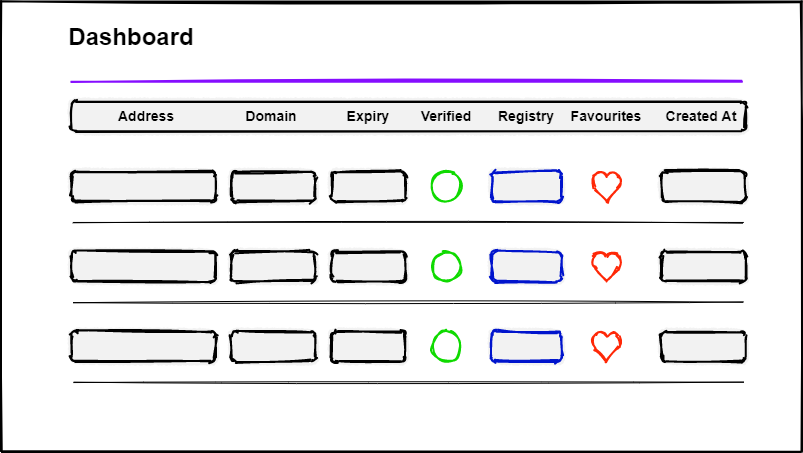
Above: src/landingPage/assets/images/dashboard.png in TeSC-app/TeSC-Frontend-New (draw.io), before the change. Source tidied: cells renumbered, new cells last; positions are measured from the earlier drawing's top-left corner, leaving out a move shared by most shapes.
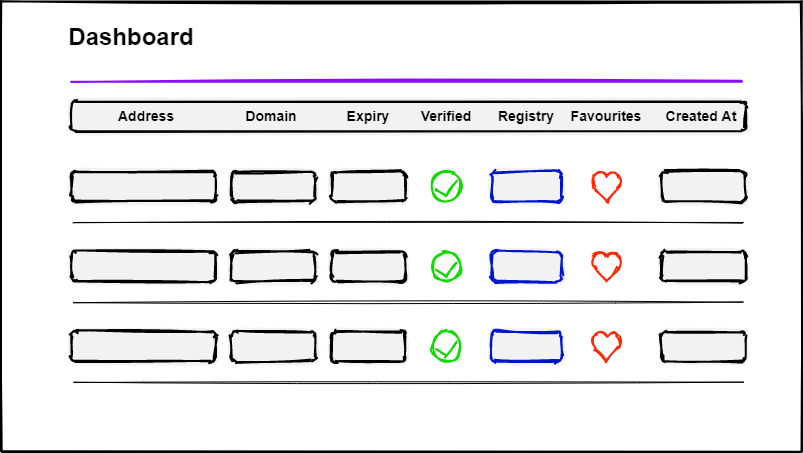
Later version of the same file.

Commit message:
Landing page images changes

Diff of the diagram source:
```diff
@@ -140,5 +140,41 @@
     <mxCell id="39" style="rounded=1;whiteSpace=wrap;html=1;strokeWidth=2;fillWeight=4;hachureGap=0;hachureAngle=45;fillColor=#F2F2F2;sketch=1;rotation=-180;strokeColor=#0014CD;" parent="1" vertex="1">
       <mxGeometry x="490" y="330" width="70" height="30" as="geometry" />
     </mxCell>
+    <mxCell id="40" style="endArrow=none;html=1;sketch=1;strokeWidth=2;strokeColor=#0FDA00;" parent="1" edge="1">
+      <mxGeometry relative="1" as="geometry">
+        <mxPoint x="444" y="194" as="sourcePoint" />
+        <mxPoint x="434" y="188" as="targetPoint" />
+      </mxGeometry>
+    </mxCell>
+    <mxCell id="41" style="endArrow=none;html=1;sketch=1;strokeWidth=2;strokeColor=#0FDA00;" parent="1" edge="1">
+      <mxGeometry relative="1" as="geometry">
+        <mxPoint x="454" y="181" as="sourcePoint" />
+        <mxPoint x="444" y="195" as="targetPoint" />
+      </mxGeometry>
+    </mxCell>
+    <mxCell id="42" style="endArrow=none;html=1;sketch=1;strokeWidth=2;strokeColor=#0FDA00;" parent="1" edge="1">
+      <mxGeometry relative="1" as="geometry">
+        <mxPoint x="444" y="274" as="sourcePoint" />
+        <mxPoint x="434" y="268" as="targetPoint" />
+      </mxGeometry>
+    </mxCell>
+    <mxCell id="43" style="endArrow=none;html=1;sketch=1;strokeWidth=2;strokeColor=#0FDA00;" parent="1" edge="1">
+      <mxGeometry relative="1" as="geometry">
+        <mxPoint x="454" y="261" as="sourcePoint" />
+        <mxPoint x="444" y="275" as="targetPoint" />
+      </mxGeometry>
+    </mxCell>
+    <mxCell id="44" style="endArrow=none;html=1;sketch=1;strokeWidth=2;strokeColor=#0FDA00;" parent="1" edge="1">
+      <mxGeometry relative="1" as="geometry">
+        <mxPoint x="445" y="354" as="sourcePoint" />
+        <mxPoint x="435" y="348" as="targetPoint" />
+      </mxGeometry>
+    </mxCell>
+    <mxCell id="45" style="endArrow=none;html=1;sketch=1;strokeWidth=2;strokeColor=#0FDA00;" parent="1" edge="1">
+      <mxGeometry relative="1" as="geometry">
+        <mxPoint x="455" y="341" as="sourcePoint" />
+        <mxPoint x="445" y="355" as="targetPoint" />
+      </mxGeometry>
+    </mxCell>
   </root>
 </mxGraphModel>
```
